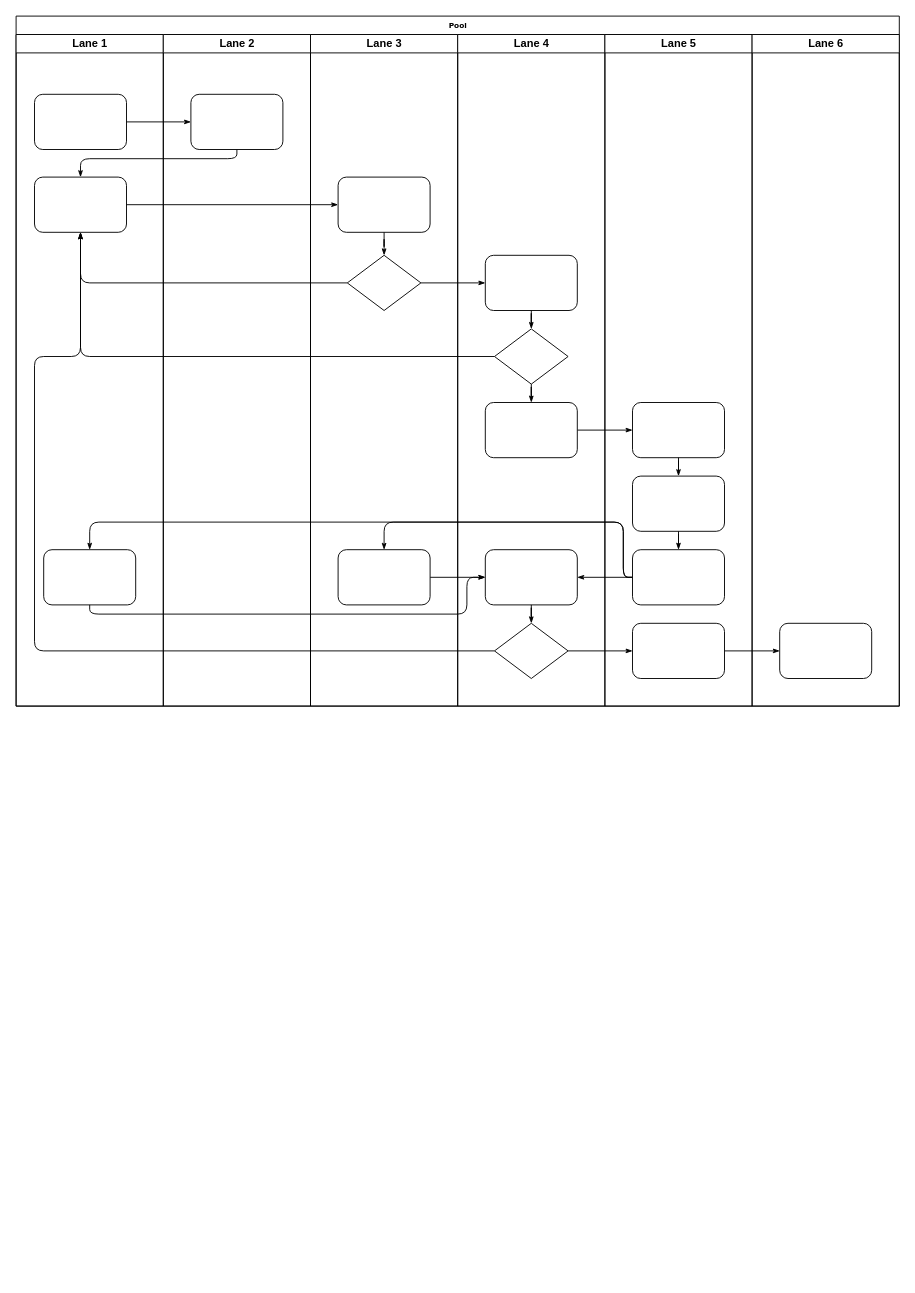
The draw.io diagram 未命名绘图.drawio in cocokoo/website, before the edit. Source tidied: cells renumbered, new cells numbered last; positions are measured from the earlier drawing's top-left corner, leaving out a move shared by most shapes. Both pictures are drawn from the tidied source at 92%, with x=0, y=0 at pixel (16, 16).
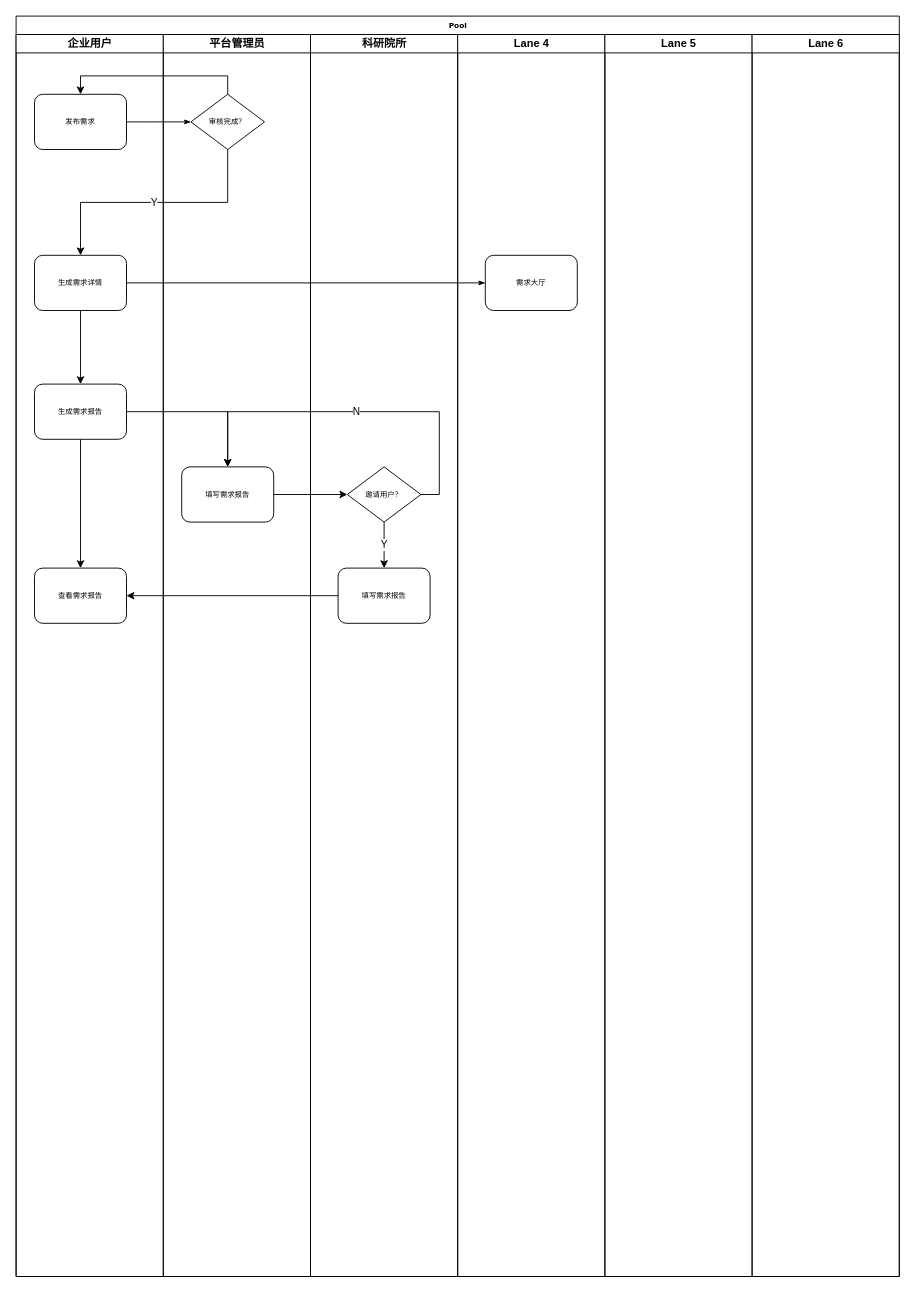
After the change.

Commit message:
更新未命名绘图.drawio

The edit, as a diff of the source:
```diff
@@
     <mxCell id="2" value="Pool" style="swimlane;html=1;startSize=20;rounded=0;shadow=0;labelBackgroundColor=none;strokeWidth=1;fontFamily=Verdana;fontSize=8;align=center;" parent="1" vertex="1">
-      <mxGeometry width="960" height="750" as="geometry" />
+      <mxGeometry width="960" height="1370" as="geometry" />
     </mxCell>
+    <mxCell id="9" style="edgeStyle=orthogonalEdgeStyle;rounded=1;html=1;labelBackgroundColor=none;startArrow=none;startFill=0;startSize=5;endArrow=classicThin;endFill=1;endSize=5;jettySize=auto;strokeWidth=1;fontFamily=Verdana;fontSize=8;" parent="2" edge="1" source="5" target="25">
+      <mxGeometry relative="1" as="geometry" />
+    </mxCell>
-    <mxCell id="3" value="Lane 1" style="swimlane;html=1;startSize=20;" parent="2" vertex="1">
-      <mxGeometry y="20" width="160" height="730" as="geometry" />
+    <mxCell id="3" value="企业用户" style="swimlane;html=1;startSize=20;" parent="2" vertex="1">
+      <mxGeometry y="20" width="160" height="1350" as="geometry" />
     </mxCell>
-    <mxCell id="4" style="rounded=1;whiteSpace=wrap;html=1;shadow=0;labelBackgroundColor=none;strokeWidth=1;fontFamily=Verdana;fontSize=8;align=center;" parent="3" vertex="1">
+    <mxCell id="4" value="发布需求" style="rounded=1;whiteSpace=wrap;html=1;shadow=0;labelBackgroundColor=none;strokeWidth=1;fontFamily=Verdana;fontSize=8;align=center;" parent="3" vertex="1">
       <mxGeometry x="20" y="65" width="100" height="60" as="geometry" />
     </mxCell>
+    <mxCell id="47" style="edgeStyle=orthogonalEdgeStyle;rounded=0;jettySize=auto;html=1;entryX=0.5;entryY=0;entryDx=0;entryDy=0;" parent="3" edge="1" source="5" target="49">
+      <mxGeometry relative="1" as="geometry" />
+    </mxCell>
-    <mxCell id="5" style="rounded=1;whiteSpace=wrap;html=1;shadow=0;labelBackgroundColor=none;strokeWidth=1;fontFamily=Verdana;fontSize=8;align=center;" parent="3" vertex="1">
-      <mxGeometry x="20" y="155" width="100" height="60" as="geometry" />
+    <mxCell id="5" value="生成需求详情" style="rounded=1;whiteSpace=wrap;html=1;shadow=0;labelBackgroundColor=none;strokeWidth=1;fontFamily=Verdana;fontSize=8;align=center;" parent="3" vertex="1">
+      <mxGeometry x="20" y="240" width="100" height="60" as="geometry" />
     </mxCell>
-    <mxCell id="6" style="rounded=1;whiteSpace=wrap;html=1;shadow=0;labelBackgroundColor=none;strokeWidth=1;fontFamily=Verdana;fontSize=8;align=center;" parent="3" vertex="1">
-      <mxGeometry x="30" y="560" width="100" height="60" as="geometry" />
-    </mxCell>
+    <mxCell id="48" style="edgeStyle=orthogonalEdgeStyle;rounded=0;jettySize=auto;html=1;entryX=0.5;entryY=0;entryDx=0;entryDy=0;" parent="3" edge="1" source="49" target="50">
+      <mxGeometry relative="1" as="geometry" />
+    </mxCell>
+    <mxCell id="49" value="生成需求报告" style="rounded=1;whiteSpace=wrap;html=1;shadow=0;labelBackgroundColor=none;strokeWidth=1;fontFamily=Verdana;fontSize=8;align=center;" parent="3" vertex="1">
+      <mxGeometry x="20" y="380" width="100" height="60" as="geometry" />
+    </mxCell>
+    <mxCell id="50" value="查看需求报告" style="rounded=1;whiteSpace=wrap;html=1;shadow=0;labelBackgroundColor=none;strokeWidth=1;fontFamily=Verdana;fontSize=8;align=center;" parent="3" vertex="1">
+      <mxGeometry x="20" y="580" width="100" height="60" as="geometry" />
+    </mxCell>
-    <mxCell id="7" style="edgeStyle=orthogonalEdgeStyle;rounded=1;html=1;labelBackgroundColor=none;startArrow=none;startFill=0;startSize=5;endArrow=classicThin;endFill=1;endSize=5;jettySize=auto;strokeWidth=1;fontFamily=Verdana;fontSize=8;" parent="2" edge="1" source="4" target="23">
-      <mxGeometry relative="1" as="geometry" />
+    <mxCell id="7" style="edgeStyle=orthogonalEdgeStyle;rounded=1;html=1;labelBackgroundColor=none;startArrow=none;startFill=0;startSize=5;endArrow=classicThin;endFill=1;endSize=5;jettySize=auto;strokeWidth=1;fontFamily=Verdana;fontSize=8;" parent="2" edge="1" source="4">
+      <mxGeometry relative="1" as="geometry">
+        <mxPoint x="190" y="115" as="targetPoint" />
+      </mxGeometry>
     </mxCell>
-    <mxCell id="8" style="edgeStyle=orthogonalEdgeStyle;rounded=1;html=1;labelBackgroundColor=none;startArrow=none;startFill=0;startSize=5;endArrow=classicThin;endFill=1;endSize=5;jettySize=auto;strokeWidth=1;fontFamily=Verdana;fontSize=8;" parent="2" edge="1" source="23" target="5">
-      <mxGeometry relative="1" as="geometry">
-        <Array as="points">
-          <mxPoint x="240" y="155" />
-          <mxPoint x="70" y="155" />
-        </Array>
-      </mxGeometry>
-    </mxCell>
-    <mxCell id="9" style="edgeStyle=orthogonalEdgeStyle;rounded=1;html=1;labelBackgroundColor=none;startArrow=none;startFill=0;startSize=5;endArrow=classicThin;endFill=1;endSize=5;jettySize=auto;strokeWidth=1;fontFamily=Verdana;fontSize=8;" parent="2" edge="1" source="5" target="25">
-      <mxGeometry relative="1" as="geometry" />
-    </mxCell>
-    <mxCell id="10" style="edgeStyle=orthogonalEdgeStyle;rounded=1;html=1;labelBackgroundColor=none;startArrow=none;startFill=0;startSize=5;endArrow=classicThin;endFill=1;endSize=5;jettySize=auto;strokeWidth=1;fontFamily=Verdana;fontSize=8;" parent="2" edge="1" source="26" target="5">
-      <mxGeometry relative="1" as="geometry" />
-    </mxCell>
-    <mxCell id="11" style="edgeStyle=orthogonalEdgeStyle;rounded=1;html=1;labelBackgroundColor=none;startArrow=none;startFill=0;startSize=5;endArrow=classicThin;endFill=1;endSize=5;jettySize=auto;strokeWidth=1;fontFamily=Verdana;fontSize=8;" parent="2" edge="1" source="31" target="5">
-      <mxGeometry relative="1" as="geometry" />
-    </mxCell>
-    <mxCell id="12" style="edgeStyle=orthogonalEdgeStyle;rounded=1;html=1;labelBackgroundColor=none;startArrow=none;startFill=0;startSize=5;endArrow=classicThin;endFill=1;endSize=5;jettySize=auto;strokeWidth=1;fontFamily=Verdana;fontSize=8;" parent="2" edge="1" source="34" target="5">
-      <mxGeometry relative="1" as="geometry">
-        <Array as="points">
-          <mxPoint x="20" y="690" />
-          <mxPoint x="20" y="370" />
-          <mxPoint x="70" y="370" />
-        </Array>
-      </mxGeometry>
-    </mxCell>
-    <mxCell id="13" style="edgeStyle=orthogonalEdgeStyle;rounded=1;html=1;labelBackgroundColor=none;startArrow=none;startFill=0;startSize=5;endArrow=classicThin;endFill=1;endSize=5;jettySize=auto;strokeWidth=1;fontFamily=Verdana;fontSize=8;" parent="2" edge="1" source="26" target="30">
-      <mxGeometry relative="1" as="geometry" />
-    </mxCell>
-    <mxCell id="14" style="edgeStyle=orthogonalEdgeStyle;rounded=1;html=1;labelBackgroundColor=none;startArrow=none;startFill=0;startSize=5;endArrow=classicThin;endFill=1;endSize=5;jettySize=auto;strokeWidth=1;fontFamily=Verdana;fontSize=8;" parent="2" edge="1" source="34" target="42">
-      <mxGeometry relative="1" as="geometry" />
-    </mxCell>
-    <mxCell id="15" style="edgeStyle=orthogonalEdgeStyle;rounded=1;html=1;labelBackgroundColor=none;startArrow=none;startFill=0;startSize=5;endArrow=classicThin;endFill=1;endSize=5;jettySize=auto;strokeWidth=1;fontFamily=Verdana;fontSize=8;" parent="2" edge="1" source="42" target="46">
-      <mxGeometry relative="1" as="geometry" />
-    </mxCell>
-    <mxCell id="16" style="edgeStyle=orthogonalEdgeStyle;rounded=1;html=1;labelBackgroundColor=none;startArrow=none;startFill=0;startSize=5;endArrow=classicThin;endFill=1;endSize=5;jettySize=auto;strokeWidth=1;fontFamily=Verdana;fontSize=8;" parent="2" edge="1" source="32" target="39">
-      <mxGeometry relative="1" as="geometry" />
-    </mxCell>
-    <mxCell id="17" style="edgeStyle=orthogonalEdgeStyle;rounded=1;html=1;labelBackgroundColor=none;startArrow=none;startFill=0;startSize=5;endArrow=classicThin;endFill=1;endSize=5;jettySize=auto;strokeWidth=1;fontFamily=Verdana;fontSize=8;" parent="2" edge="1" source="41" target="27">
-      <mxGeometry relative="1" as="geometry">
-        <Array as="points">
-          <mxPoint x="660" y="610" />
-          <mxPoint x="660" y="550" />
-          <mxPoint x="400" y="550" />
-        </Array>
-      </mxGeometry>
-    </mxCell>
-    <mxCell id="18" style="edgeStyle=orthogonalEdgeStyle;rounded=1;html=1;labelBackgroundColor=none;startArrow=none;startFill=0;startSize=5;endArrow=classicThin;endFill=1;endSize=5;jettySize=auto;strokeColor=#000000;strokeWidth=1;fontFamily=Verdana;fontSize=8;fontColor=#000000;" parent="2" edge="1" source="41" target="33">
-      <mxGeometry relative="1" as="geometry" />
-    </mxCell>
-    <mxCell id="19" style="edgeStyle=orthogonalEdgeStyle;rounded=1;html=1;labelBackgroundColor=none;startArrow=none;startFill=0;startSize=5;endArrow=classicThin;endFill=1;endSize=5;jettySize=auto;strokeWidth=1;fontFamily=Verdana;fontSize=8;" parent="2" edge="1" source="41" target="6">
-      <mxGeometry relative="1" as="geometry">
-        <Array as="points">
-          <mxPoint x="660" y="610" />
-          <mxPoint x="660" y="550" />
-          <mxPoint x="80" y="550" />
-        </Array>
-      </mxGeometry>
-    </mxCell>
-    <mxCell id="20" style="edgeStyle=orthogonalEdgeStyle;rounded=1;html=1;labelBackgroundColor=none;startArrow=none;startFill=0;startSize=5;endArrow=classicThin;endFill=1;endSize=5;jettySize=auto;strokeWidth=1;fontFamily=Verdana;fontSize=8;" parent="2" edge="1" source="6" target="33">
-      <mxGeometry relative="1" as="geometry">
-        <Array as="points">
-          <mxPoint x="80" y="650" />
-          <mxPoint x="490" y="650" />
-          <mxPoint x="490" y="610" />
-        </Array>
-      </mxGeometry>
-    </mxCell>
-    <mxCell id="21" style="edgeStyle=orthogonalEdgeStyle;rounded=1;html=1;labelBackgroundColor=none;startArrow=none;startFill=0;startSize=5;endArrow=classicThin;endFill=1;endSize=5;jettySize=auto;strokeWidth=1;fontFamily=Verdana;fontSize=8;" parent="2" edge="1" source="27" target="33">
-      <mxGeometry relative="1" as="geometry" />
-    </mxCell>
-    <mxCell id="22" value="Lane 2" style="swimlane;html=1;startSize=20;" parent="2" vertex="1">
-      <mxGeometry x="160" y="20" width="160" height="730" as="geometry" />
+    <mxCell id="22" value="平台管理员" style="swimlane;html=1;startSize=20;" parent="2" vertex="1">
+      <mxGeometry x="160" y="20" width="160" height="1350" as="geometry" />
     </mxCell>
-    <mxCell id="23" style="rounded=1;whiteSpace=wrap;html=1;shadow=0;labelBackgroundColor=none;strokeWidth=1;fontFamily=Verdana;fontSize=8;align=center;" parent="22" vertex="1">
-      <mxGeometry x="30" y="65" width="100" height="60" as="geometry" />
-    </mxCell>
+    <mxCell id="51" value="审核完成？" style="rhombus;whiteSpace=wrap;html=1;rounded=0;shadow=0;labelBackgroundColor=none;strokeWidth=1;fontFamily=Verdana;fontSize=8;align=center;" parent="22" vertex="1">
+      <mxGeometry x="30" y="65" width="80" height="60" as="geometry" />
+    </mxCell>
+    <mxCell id="52" value="填写需求报告" style="rounded=1;whiteSpace=wrap;html=1;shadow=0;labelBackgroundColor=none;strokeWidth=1;fontFamily=Verdana;fontSize=8;align=center;" parent="22" vertex="1">
+      <mxGeometry x="20" y="470" width="100" height="60" as="geometry" />
+    </mxCell>
-    <mxCell id="24" value="Lane 3" style="swimlane;html=1;startSize=20;" parent="2" vertex="1">
-      <mxGeometry x="320" y="20" width="160" height="730" as="geometry" />
+    <mxCell id="24" value="科研院所" style="swimlane;html=1;startSize=20;" parent="2" vertex="1">
+      <mxGeometry x="320" y="20" width="160" height="1350" as="geometry" />
     </mxCell>
+    <mxCell id="53" value="Y" style="edgeStyle=orthogonalEdgeStyle;rounded=0;jettySize=auto;html=1;exitX=0.5;exitY=1;exitDx=0;exitDy=0;entryX=0.5;entryY=0;entryDx=0;entryDy=0;" parent="24" edge="1" source="54" target="55">
+      <mxGeometry relative="1" as="geometry" />
+    </mxCell>
+    <mxCell id="54" value="邀请用户？" style="rhombus;whiteSpace=wrap;html=1;rounded=0;shadow=0;labelBackgroundColor=none;strokeWidth=1;fontFamily=Verdana;fontSize=8;align=center;" parent="24" vertex="1">
+      <mxGeometry x="40" y="470" width="80" height="60" as="geometry" />
+    </mxCell>
+    <mxCell id="55" value="填写需求报告" style="rounded=1;whiteSpace=wrap;html=1;shadow=0;labelBackgroundColor=none;strokeWidth=1;fontFamily=Verdana;fontSize=8;align=center;" parent="24" vertex="1">
+      <mxGeometry x="30" y="580" width="100" height="60" as="geometry" />
+    </mxCell>
+    <mxCell id="29" value="Lane 4" style="swimlane;html=1;startSize=20;" parent="2" vertex="1">
+      <mxGeometry x="480" y="20" width="160" height="1350" as="geometry" />
+    </mxCell>
-    <mxCell id="25" style="rounded=1;whiteSpace=wrap;html=1;shadow=0;labelBackgroundColor=none;strokeWidth=1;fontFamily=Verdana;fontSize=8;align=center;" parent="24" vertex="1">
-      <mxGeometry x="30" y="155" width="100" height="60" as="geometry" />
+    <mxCell id="25" value="需求大厅" style="rounded=1;whiteSpace=wrap;html=1;shadow=0;labelBackgroundColor=none;strokeWidth=1;fontFamily=Verdana;fontSize=8;align=center;" parent="29" vertex="1">
+      <mxGeometry x="30" y="240" width="100" height="60" as="geometry" />
     </mxCell>
-    <mxCell id="26" style="rhombus;whiteSpace=wrap;html=1;rounded=0;shadow=0;labelBackgroundColor=none;strokeWidth=1;fontFamily=Verdana;fontSize=8;align=center;" parent="24" vertex="1">
-      <mxGeometry x="40" y="240" width="80" height="60" as="geometry" />
-    </mxCell>
-    <mxCell id="27" style="rounded=1;whiteSpace=wrap;html=1;shadow=0;labelBackgroundColor=none;strokeWidth=1;fontFamily=Verdana;fontSize=8;align=center;" parent="24" vertex="1">
-      <mxGeometry x="30" y="560" width="100" height="60" as="geometry" />
-    </mxCell>
-    <mxCell id="28" style="edgeStyle=orthogonalEdgeStyle;rounded=1;html=1;labelBackgroundColor=none;startArrow=none;startFill=0;startSize=5;endArrow=classicThin;endFill=1;endSize=5;jettySize=auto;strokeWidth=1;fontFamily=Verdana;fontSize=8;" parent="24" edge="1" source="25" target="26">
-      <mxGeometry relative="1" as="geometry" />
-    </mxCell>
-    <mxCell id="29" value="Lane 4" style="swimlane;html=1;startSize=20;" parent="2" vertex="1">
-      <mxGeometry x="480" y="20" width="160" height="730" as="geometry" />
-    </mxCell>
-    <mxCell id="30" style="rounded=1;whiteSpace=wrap;html=1;shadow=0;labelBackgroundColor=none;strokeWidth=1;fontFamily=Verdana;fontSize=8;align=center;" parent="29" vertex="1">
-      <mxGeometry x="30" y="240" width="100" height="60" as="geometry" />
-    </mxCell>
-    <mxCell id="31" style="rhombus;whiteSpace=wrap;html=1;rounded=0;shadow=0;labelBackgroundColor=none;strokeWidth=1;fontFamily=Verdana;fontSize=8;align=center;" parent="29" vertex="1">
-      <mxGeometry x="40" y="320" width="80" height="60" as="geometry" />
-    </mxCell>
-    <mxCell id="32" style="rounded=1;whiteSpace=wrap;html=1;shadow=0;labelBackgroundColor=none;strokeWidth=1;fontFamily=Verdana;fontSize=8;align=center;" parent="29" vertex="1">
-      <mxGeometry x="30" y="400" width="100" height="60" as="geometry" />
-    </mxCell>
-    <mxCell id="33" style="rounded=1;whiteSpace=wrap;html=1;shadow=0;labelBackgroundColor=none;strokeWidth=1;fontFamily=Verdana;fontSize=8;align=center;" parent="29" vertex="1">
-      <mxGeometry x="30" y="560" width="100" height="60" as="geometry" />
-    </mxCell>
-    <mxCell id="34" style="rhombus;whiteSpace=wrap;html=1;rounded=0;shadow=0;labelBackgroundColor=none;strokeWidth=1;fontFamily=Verdana;fontSize=8;align=center;" parent="29" vertex="1">
-      <mxGeometry x="40" y="640" width="80" height="60" as="geometry" />
-    </mxCell>
-    <mxCell id="35" style="edgeStyle=orthogonalEdgeStyle;rounded=1;html=1;labelBackgroundColor=none;startArrow=none;startFill=0;startSize=5;endArrow=classicThin;endFill=1;endSize=5;jettySize=auto;strokeColor=#000000;strokeWidth=1;fontFamily=Verdana;fontSize=8;fontColor=#000000;" parent="29" edge="1" source="30" target="31">
-      <mxGeometry relative="1" as="geometry" />
-    </mxCell>
-    <mxCell id="36" style="edgeStyle=orthogonalEdgeStyle;rounded=1;html=1;labelBackgroundColor=none;startArrow=none;startFill=0;startSize=5;endArrow=classicThin;endFill=1;endSize=5;jettySize=auto;strokeWidth=1;fontFamily=Verdana;fontSize=8;" parent="29" edge="1" source="31" target="32">
-      <mxGeometry relative="1" as="geometry" />
-    </mxCell>
-    <mxCell id="37" style="edgeStyle=orthogonalEdgeStyle;rounded=1;html=1;labelBackgroundColor=none;startArrow=none;startFill=0;startSize=5;endArrow=classicThin;endFill=1;endSize=5;jettySize=auto;strokeWidth=1;fontFamily=Verdana;fontSize=8;" parent="29" edge="1" source="33" target="34">
-      <mxGeometry relative="1" as="geometry" />
-    </mxCell>
     <mxCell id="38" value="Lane 5" style="swimlane;html=1;startSize=20;" parent="2" vertex="1">
-      <mxGeometry x="640" y="20" width="160" height="730" as="geometry" />
+      <mxGeometry x="640" y="20" width="160" height="1350" as="geometry" />
     </mxCell>
-    <mxCell id="39" style="rounded=1;whiteSpace=wrap;html=1;shadow=0;labelBackgroundColor=none;strokeWidth=1;fontFamily=Verdana;fontSize=8;align=center;" parent="38" vertex="1">
-      <mxGeometry x="30" y="400" width="100" height="60" as="geometry" />
-    </mxCell>
-    <mxCell id="40" style="rounded=1;whiteSpace=wrap;html=1;shadow=0;labelBackgroundColor=none;strokeWidth=1;fontFamily=Verdana;fontSize=8;align=center;" parent="38" vertex="1">
-      <mxGeometry x="30" y="480" width="100" height="60" as="geometry" />
-    </mxCell>
-    <mxCell id="41" style="rounded=1;whiteSpace=wrap;html=1;shadow=0;labelBackgroundColor=none;strokeWidth=1;fontFamily=Verdana;fontSize=8;align=center;" parent="38" vertex="1">
-      <mxGeometry x="30" y="560" width="100" height="60" as="geometry" />
-    </mxCell>
-    <mxCell id="42" style="rounded=1;whiteSpace=wrap;html=1;shadow=0;labelBackgroundColor=none;strokeWidth=1;fontFamily=Verdana;fontSize=8;align=center;" parent="38" vertex="1">
-      <mxGeometry x="30" y="640" width="100" height="60" as="geometry" />
-    </mxCell>
-    <mxCell id="43" style="edgeStyle=orthogonalEdgeStyle;rounded=1;html=1;labelBackgroundColor=none;startArrow=none;startFill=0;startSize=5;endArrow=classicThin;endFill=1;endSize=5;jettySize=auto;strokeWidth=1;fontFamily=Verdana;fontSize=8;" parent="38" edge="1" source="39" target="40">
-      <mxGeometry relative="1" as="geometry" />
-    </mxCell>
-    <mxCell id="44" style="edgeStyle=orthogonalEdgeStyle;rounded=1;html=1;labelBackgroundColor=none;startArrow=none;startFill=0;startSize=5;endArrow=classicThin;endFill=1;endSize=5;jettySize=auto;strokeWidth=1;fontFamily=Verdana;fontSize=8;" parent="38" edge="1" source="40" target="41">
-      <mxGeometry relative="1" as="geometry" />
-    </mxCell>
     <mxCell id="45" value="Lane 6" style="swimlane;html=1;startSize=20;" parent="2" vertex="1">
-      <mxGeometry x="800" y="20" width="160" height="730" as="geometry" />
+      <mxGeometry x="800" y="20" width="160" height="1350" as="geometry" />
     </mxCell>
-    <mxCell id="46" style="rounded=1;whiteSpace=wrap;html=1;shadow=0;labelBackgroundColor=none;strokeWidth=1;fontFamily=Verdana;fontSize=8;align=center;" parent="45" vertex="1">
-      <mxGeometry x="30" y="640" width="100" height="60" as="geometry" />
-    </mxCell>
+    <mxCell id="56" style="edgeStyle=orthogonalEdgeStyle;rounded=0;jettySize=auto;html=1;entryX=0.5;entryY=0;entryDx=0;entryDy=0;" parent="2" edge="1" source="51" target="4">
+      <mxGeometry relative="1" as="geometry">
+        <Array as="points">
+          <mxPoint x="230" y="65" />
+          <mxPoint x="70" y="65" />
+        </Array>
+      </mxGeometry>
+    </mxCell>
+    <mxCell id="57" value="Y" style="edgeStyle=orthogonalEdgeStyle;rounded=0;jettySize=auto;html=1;exitX=0.5;exitY=1;exitDx=0;exitDy=0;entryX=0.5;entryY=0;entryDx=0;entryDy=0;" parent="2" edge="1" source="51" target="5">
+      <mxGeometry relative="1" as="geometry" />
+    </mxCell>
+    <mxCell id="58" style="edgeStyle=orthogonalEdgeStyle;rounded=0;jettySize=auto;html=1;" parent="2" edge="1" source="52" target="54">
+      <mxGeometry relative="1" as="geometry" />
+    </mxCell>
+    <mxCell id="59" style="edgeStyle=orthogonalEdgeStyle;rounded=0;jettySize=auto;html=1;exitX=1;exitY=0.5;exitDx=0;exitDy=0;" parent="2" edge="1" source="49" target="52">
+      <mxGeometry relative="1" as="geometry" />
+    </mxCell>
+    <mxCell id="60" value="N" style="edgeStyle=orthogonalEdgeStyle;rounded=0;jettySize=auto;html=1;exitX=1;exitY=0.5;exitDx=0;exitDy=0;entryX=0.5;entryY=0;entryDx=0;entryDy=0;" parent="2" edge="1" source="54" target="52">
+      <mxGeometry relative="1" as="geometry">
+        <Array as="points">
+          <mxPoint x="460" y="520" />
+          <mxPoint x="460" y="430" />
+          <mxPoint x="230" y="430" />
+        </Array>
+      </mxGeometry>
+    </mxCell>
+    <mxCell id="61" style="edgeStyle=orthogonalEdgeStyle;rounded=0;jettySize=auto;html=1;entryX=1;entryY=0.5;entryDx=0;entryDy=0;" parent="2" edge="1" source="55" target="50">
+      <mxGeometry relative="1" as="geometry" />
+    </mxCell>
```
